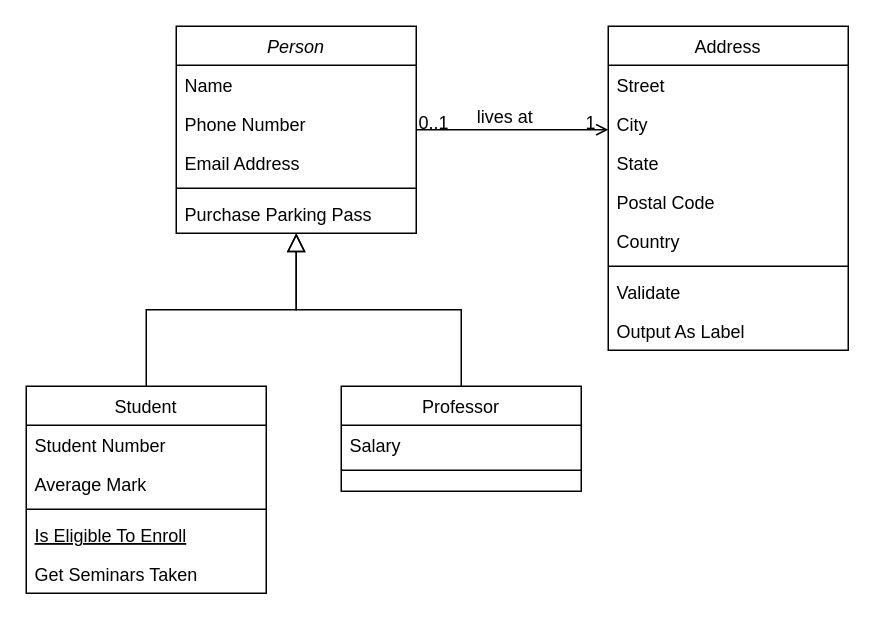
This is Untitled Diagram.drawio from Dimasadhyaksa/alur-profil-prusahaan, a draw.io file, before an edit. Source tidied: cells renumbered, new cells numbered last; positions are measured from the earlier drawing's top-left corner, leaving out a move shared by most shapes. Both pictures are drawn from the tidied source at 150%, with x=0, y=0 at pixel (26, 26).
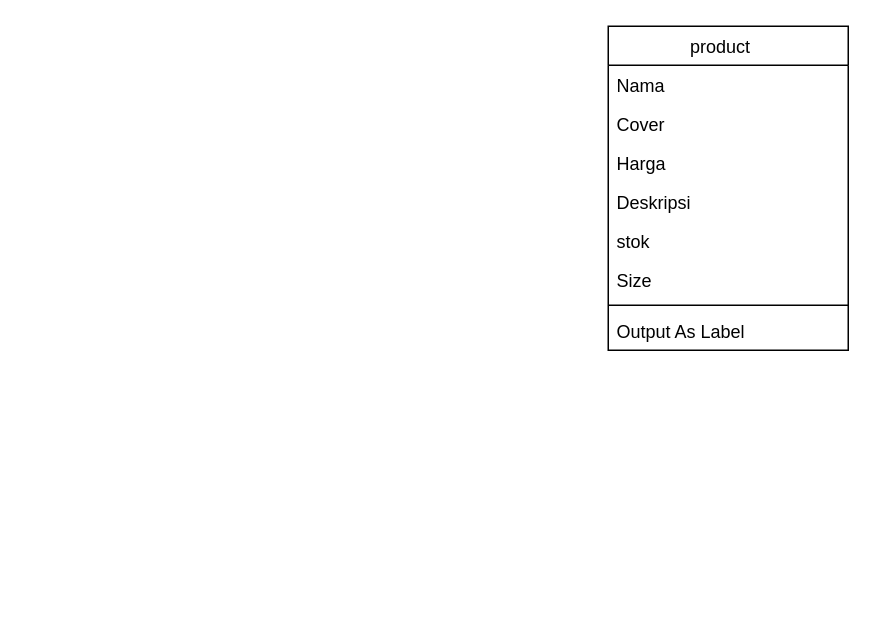
Above is the later version.

Change to the diagram source:
```diff
@@
-    <mxCell id="2" value="Person" style="swimlane;fontStyle=2;align=center;verticalAlign=top;horizontal=1;startSize=26;rounded=0;shadow=0;strokeWidth=1;" parent="1" vertex="1">
-      <mxGeometry x="100" width="160" height="138" as="geometry" />
-    </mxCell>
-    <mxCell id="3" value="Name" style="text;align=left;verticalAlign=top;spacingLeft=4;spacingRight=4;overflow=hidden;" parent="2" vertex="1">
-      <mxGeometry y="26" width="160" height="26" as="geometry" />
-    </mxCell>
-    <mxCell id="4" value="Phone Number" style="text;align=left;verticalAlign=top;spacingLeft=4;spacingRight=4;overflow=hidden;rounded=0;shadow=0;html=0;" parent="2" vertex="1">
-      <mxGeometry y="52" width="160" height="26" as="geometry" />
-    </mxCell>
-    <mxCell id="5" value="Email Address" style="text;align=left;verticalAlign=top;spacingLeft=4;spacingRight=4;overflow=hidden;rounded=0;shadow=0;html=0;" parent="2" vertex="1">
-      <mxGeometry y="78" width="160" height="26" as="geometry" />
-    </mxCell>
-    <mxCell id="6" style="line;html=1;strokeWidth=1;align=left;verticalAlign=middle;spacingTop=-1;spacingLeft=3;spacingRight=3;labelPosition=right;" parent="2" vertex="1">
-      <mxGeometry y="104" width="160" height="8" as="geometry" />
-    </mxCell>
-    <mxCell id="7" value="Purchase Parking Pass" style="text;align=left;verticalAlign=top;spacingLeft=4;spacingRight=4;overflow=hidden;" parent="2" vertex="1">
-      <mxGeometry y="112" width="160" height="26" as="geometry" />
-    </mxCell>
-    <mxCell id="8" value="Student" style="swimlane;fontStyle=0;align=center;verticalAlign=top;horizontal=1;startSize=26;rounded=0;shadow=0;strokeWidth=1;" parent="1" vertex="1">
-      <mxGeometry y="240" width="160" height="138" as="geometry" />
-    </mxCell>
-    <mxCell id="9" value="Student Number" style="text;align=left;verticalAlign=top;spacingLeft=4;spacingRight=4;overflow=hidden;" parent="8" vertex="1">
-      <mxGeometry y="26" width="160" height="26" as="geometry" />
-    </mxCell>
-    <mxCell id="10" value="Average Mark" style="text;align=left;verticalAlign=top;spacingLeft=4;spacingRight=4;overflow=hidden;rounded=0;shadow=0;html=0;" parent="8" vertex="1">
-      <mxGeometry y="52" width="160" height="26" as="geometry" />
-    </mxCell>
-    <mxCell id="11" style="line;html=1;strokeWidth=1;align=left;verticalAlign=middle;spacingTop=-1;spacingLeft=3;spacingRight=3;labelPosition=right;" parent="8" vertex="1">
-      <mxGeometry y="78" width="160" height="8" as="geometry" />
-    </mxCell>
-    <mxCell id="12" value="Is Eligible To Enroll" style="text;align=left;verticalAlign=top;spacingLeft=4;spacingRight=4;overflow=hidden;fontStyle=4;" parent="8" vertex="1">
-      <mxGeometry y="86" width="160" height="26" as="geometry" />
-    </mxCell>
-    <mxCell id="13" value="Get Seminars Taken" style="text;align=left;verticalAlign=top;spacingLeft=4;spacingRight=4;overflow=hidden;" parent="8" vertex="1">
-      <mxGeometry y="112" width="160" height="26" as="geometry" />
-    </mxCell>
-    <mxCell id="14" style="endArrow=block;endSize=10;endFill=0;shadow=0;strokeWidth=1;rounded=0;curved=0;edgeStyle=elbowEdgeStyle;elbow=vertical;" parent="1" edge="1" source="8" target="2">
-      <mxGeometry relative="1" as="geometry" />
-    </mxCell>
-    <mxCell id="15" value="Professor" style="swimlane;fontStyle=0;align=center;verticalAlign=top;horizontal=1;startSize=26;rounded=0;shadow=0;strokeWidth=1;" parent="1" vertex="1">
-      <mxGeometry x="210" y="240" width="160" height="70" as="geometry" />
-    </mxCell>
-    <mxCell id="16" value="Salary" style="text;align=left;verticalAlign=top;spacingLeft=4;spacingRight=4;overflow=hidden;" parent="15" vertex="1">
-      <mxGeometry y="26" width="160" height="26" as="geometry" />
-    </mxCell>
-    <mxCell id="17" style="line;html=1;strokeWidth=1;align=left;verticalAlign=middle;spacingTop=-1;spacingLeft=3;spacingRight=3;labelPosition=right;" parent="15" vertex="1">
-      <mxGeometry y="52" width="160" height="8" as="geometry" />
-    </mxCell>
-    <mxCell id="18" style="endArrow=block;endSize=10;endFill=0;shadow=0;strokeWidth=1;rounded=0;curved=0;edgeStyle=elbowEdgeStyle;elbow=vertical;" parent="1" edge="1" source="15" target="2">
-      <mxGeometry relative="1" as="geometry" />
-    </mxCell>
-    <mxCell id="19" value="Address" style="swimlane;fontStyle=0;align=center;verticalAlign=top;horizontal=1;startSize=26;rounded=0;shadow=0;strokeWidth=1;" parent="1" vertex="1">
+    <mxCell id="19" value="product   " style="swimlane;fontStyle=0;align=center;verticalAlign=top;horizontal=1;startSize=26;rounded=0;shadow=0;strokeWidth=1;" parent="1" vertex="1">
       <mxGeometry x="388" width="160" height="216" as="geometry" />
     </mxCell>
-    <mxCell id="20" value="Street" style="text;align=left;verticalAlign=top;spacingLeft=4;spacingRight=4;overflow=hidden;" parent="19" vertex="1">
+    <mxCell id="20" value="Nama" style="text;align=left;verticalAlign=top;spacingLeft=4;spacingRight=4;overflow=hidden;" parent="19" vertex="1">
       <mxGeometry y="26" width="160" height="26" as="geometry" />
     </mxCell>
-    <mxCell id="21" value="City" style="text;align=left;verticalAlign=top;spacingLeft=4;spacingRight=4;overflow=hidden;rounded=0;shadow=0;html=0;" parent="19" vertex="1">
+    <mxCell id="21" value="Cover" style="text;align=left;verticalAlign=top;spacingLeft=4;spacingRight=4;overflow=hidden;rounded=0;shadow=0;html=0;" parent="19" vertex="1">
       <mxGeometry y="52" width="160" height="26" as="geometry" />
     </mxCell>
-    <mxCell id="22" value="State" style="text;align=left;verticalAlign=top;spacingLeft=4;spacingRight=4;overflow=hidden;rounded=0;shadow=0;html=0;" parent="19" vertex="1">
+    <mxCell id="22" value="Harga" style="text;align=left;verticalAlign=top;spacingLeft=4;spacingRight=4;overflow=hidden;rounded=0;shadow=0;html=0;" parent="19" vertex="1">
       <mxGeometry y="78" width="160" height="26" as="geometry" />
     </mxCell>
-    <mxCell id="23" value="Postal Code" style="text;align=left;verticalAlign=top;spacingLeft=4;spacingRight=4;overflow=hidden;rounded=0;shadow=0;html=0;" parent="19" vertex="1">
+    <mxCell id="23" value="Deskripsi" style="text;align=left;verticalAlign=top;spacingLeft=4;spacingRight=4;overflow=hidden;rounded=0;shadow=0;html=0;" parent="19" vertex="1">
       <mxGeometry y="104" width="160" height="26" as="geometry" />
     </mxCell>
-    <mxCell id="24" value="Country" style="text;align=left;verticalAlign=top;spacingLeft=4;spacingRight=4;overflow=hidden;rounded=0;shadow=0;html=0;" parent="19" vertex="1">
+    <mxCell id="24" value="stok" style="text;align=left;verticalAlign=top;spacingLeft=4;spacingRight=4;overflow=hidden;rounded=0;shadow=0;html=0;" parent="19" vertex="1">
       <mxGeometry y="130" width="160" height="26" as="geometry" />
     </mxCell>
+    <mxCell id="26" value="Size" style="text;align=left;verticalAlign=top;spacingLeft=4;spacingRight=4;overflow=hidden;" parent="19" vertex="1">
+      <mxGeometry y="156" width="160" height="26" as="geometry" />
+    </mxCell>
     <mxCell id="25" style="line;html=1;strokeWidth=1;align=left;verticalAlign=middle;spacingTop=-1;spacingLeft=3;spacingRight=3;labelPosition=right;" parent="19" vertex="1">
-      <mxGeometry y="156" width="160" height="8" as="geometry" />
+      <mxGeometry y="182" width="160" height="8" as="geometry" />
     </mxCell>
-    <mxCell id="26" value="Validate" style="text;align=left;verticalAlign=top;spacingLeft=4;spacingRight=4;overflow=hidden;" parent="19" vertex="1">
-      <mxGeometry y="164" width="160" height="26" as="geometry" />
-    </mxCell>
@@
-    <mxCell id="28" style="endArrow=open;shadow=0;strokeWidth=1;rounded=0;curved=0;endFill=1;edgeStyle=elbowEdgeStyle;elbow=vertical;" parent="1" edge="1" source="2" target="19">
-      <mxGeometry x="0.5" y="41" relative="1" as="geometry">
-        <mxPoint x="-40" y="32" as="offset" />
-      </mxGeometry>
-    </mxCell>
-    <mxCell id="29" value="0..1" style="align=left;verticalAlign=bottom;labelBackgroundColor=none;fontSize=12;" parent="28" vertex="1">
-      <mxGeometry x="-1" relative="1" as="geometry">
-        <mxPoint y="4" as="offset" />
-      </mxGeometry>
-    </mxCell>
-    <mxCell id="30" value="1" style="align=right;verticalAlign=bottom;labelBackgroundColor=none;fontSize=12;" parent="28" vertex="1">
-      <mxGeometry x="1" relative="1" as="geometry">
-        <mxPoint x="-7" y="4" as="offset" />
-      </mxGeometry>
-    </mxCell>
-    <mxCell id="31" value="lives at" style="text;html=1;align=center;verticalAlign=middle;labelBackgroundColor=none;rounded=0;shadow=0;strokeWidth=1;fontSize=12;" parent="28" vertex="1">
-      <mxGeometry x="0.5" y="49" relative="1" as="geometry">
-        <mxPoint x="-38" y="40" as="offset" />
-      </mxGeometry>
-    </mxCell>
```
